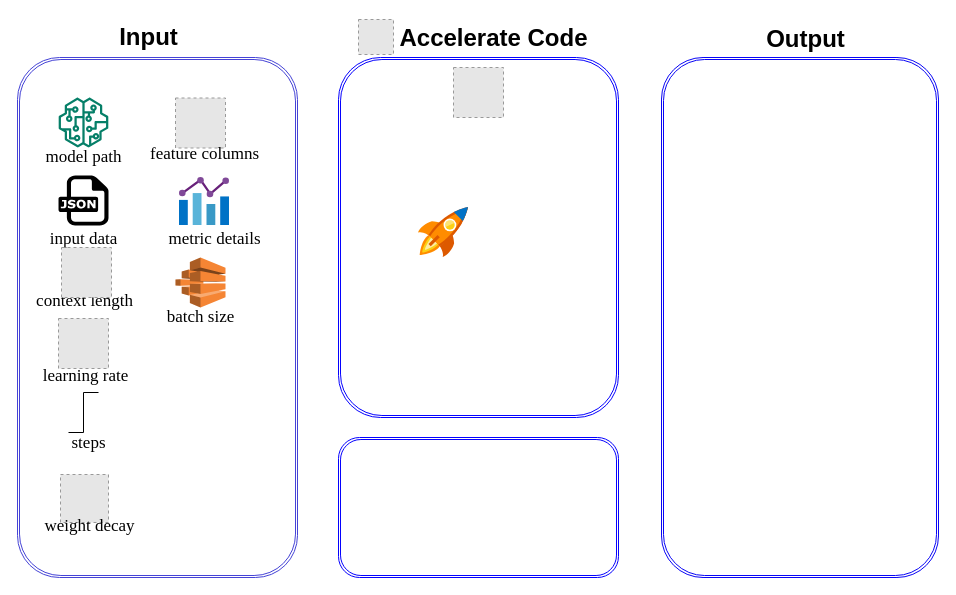
Above: Untitled Diagram.drawio in akhilamartia/github-demo (draw.io), before the change. Source tidied: cells renumbered, new cells numbered last; positions are measured from the earlier drawing's top-left corner, leaving out a move shared by most shapes. Both pictures are drawn from the tidied source at 100%, with x=0, y=0 at pixel (17, 17). Pictures stored in the file or linked from it are replaced by grey dashed boxes.
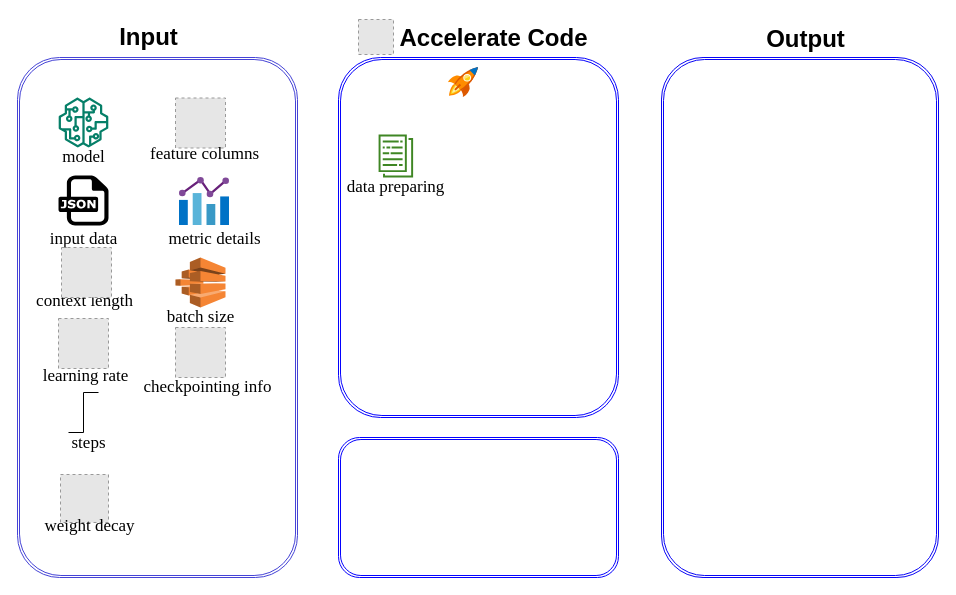
The same diagram, later.

The edit, as a diff of the source:
```diff
@@
-    <mxCell id="11" style="fillColor=#E6E6E6;strokeColor=#999999;dashed=1;html=1;verticalAlign=top;verticalLabelPosition=bottom;labelBackgroundColor=#ffffff;" parent="1" vertex="1">
-      <mxGeometry x="436" y="50" width="50" height="50" as="geometry" />
-    </mxCell>
@@
     <mxCell id="16" style="image;sketch=0;html=1;align=center;fontSize=12;image=img/lib/mscae/Quick_Start_Center.svg;" parent="1" vertex="1">
-      <mxGeometry x="401" y="190" width="50" height="50" as="geometry" />
+      <mxGeometry x="431" y="50" width="30" height="30" as="geometry" />
     </mxCell>
-    <mxCell id="17" value="model path" style="text;strokeColor=none;fillColor=none;html=1;fontSize=17;fontStyle=0;verticalAlign=middle;align=center;fontFamily=Times New Roman;" parent="1" vertex="1">
+    <mxCell id="17" value="model" style="text;strokeColor=none;fillColor=none;html=1;fontSize=17;fontStyle=0;verticalAlign=middle;align=center;fontFamily=Times New Roman;" parent="1" vertex="1">
       <mxGeometry x="16" y="120" width="100" height="40" as="geometry" />
     </mxCell>
@@
+    <mxCell id="30" style="fillColor=#E6E6E6;strokeColor=#999999;dashed=1;html=1;verticalAlign=top;verticalLabelPosition=bottom;labelBackgroundColor=#ffffff;" parent="1" vertex="1">
+      <mxGeometry x="158" y="310" width="50" height="50" as="geometry" />
+    </mxCell>
+    <mxCell id="31" value="checkpointing info&lt;br&gt;" style="text;strokeColor=none;fillColor=none;html=1;fontSize=17;fontStyle=0;verticalAlign=middle;align=center;fontFamily=Times New Roman;" parent="1" vertex="1">
+      <mxGeometry x="140" y="350" width="100" height="40" as="geometry" />
+    </mxCell>
+    <mxCell id="32" style="sketch=0;fontColor=#232F3E;gradientColor=none;fillColor=#3F8624;strokeColor=none;dashed=0;verticalLabelPosition=bottom;verticalAlign=top;align=center;html=1;fontSize=12;fontStyle=0;shape=mxgraph.aws4.data_set;" parent="1" vertex="1">
+      <mxGeometry x="361" y="117" width="34.7" height="43" as="geometry" />
+    </mxCell>
+    <mxCell id="33" value="data preparing" style="text;strokeColor=none;fillColor=none;html=1;fontSize=17;fontStyle=0;verticalAlign=middle;align=center;fontFamily=Times New Roman;" parent="1" vertex="1">
+      <mxGeometry x="328.4" y="150" width="100" height="40" as="geometry" />
+    </mxCell>
```
